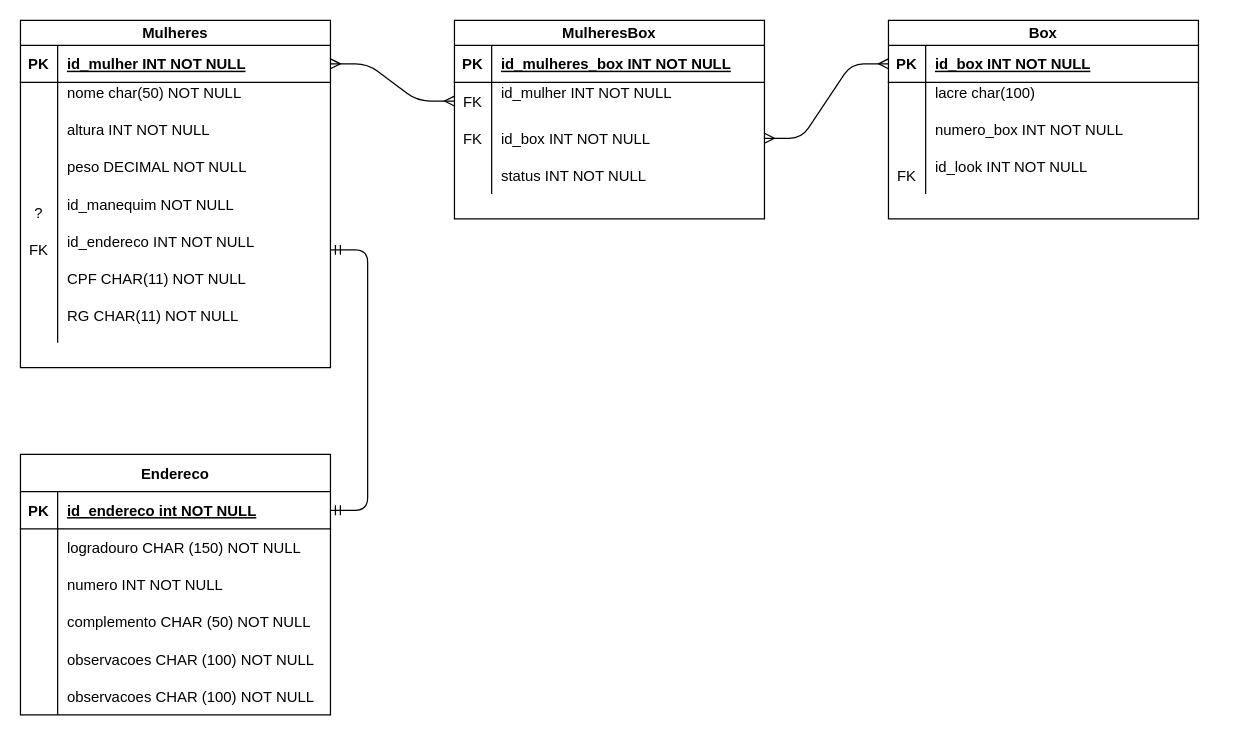
The draw.io diagram Modelo de dados.drawio in ellainemacedo/Projeto-pessoal, before the edit. Source tidied: cells renumbered, new cells numbered last; positions are measured from the earlier drawing's top-left corner, leaving out a move shared by most shapes. Both pictures are drawn from the tidied source at 124%, with x=0, y=0 at pixel (20, 20).
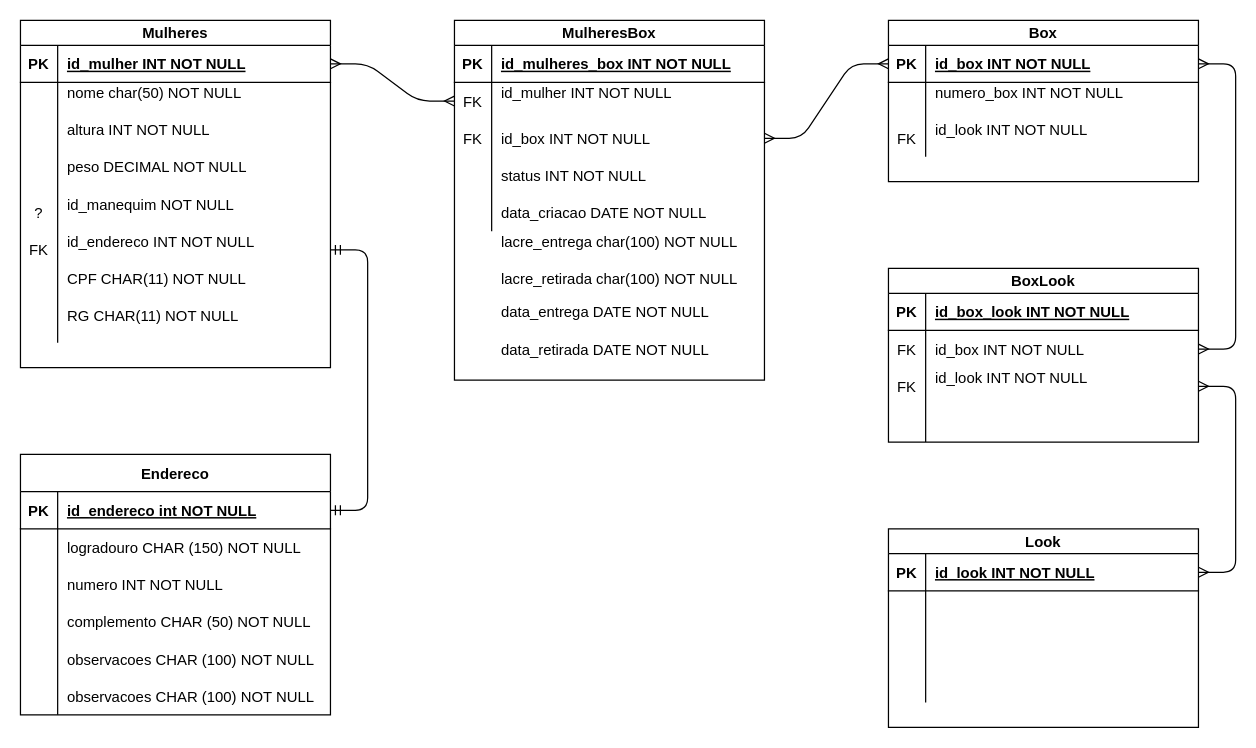
Above is the later version.

Commit message (it also covers changes not shown here):
Adicionando informações BoxLook

Unchanged cells that the change refers to:
```xml
<mxCell id="48" style="shape=partialRectangle;fillColor=none;points=[[0,0.5],[1,0.5]];portConstraint=eastwest;top=0;left=0;right=0;bottom=1;" parent="47" vertex="1">
  <mxGeometry y="20" width="250" height="30" as="geometry" />
</mxCell>
```

Diff of the diagram source:
```diff
@@
     <mxCell id="47" value="Box" style="shape=table;startSize=20;childLayout=tableLayout;rowLines=0;fontStyle=1;align=center;" parent="1" vertex="1">
-      <mxGeometry x="700" width="250" height="160" as="geometry" />
+      <mxGeometry x="700" width="250" height="130" as="geometry" />
     </mxCell>
@@
-    <mxCell id="51" style="shape=partialRectangle;fillColor=none;top=0;left=0;right=0;bottom=0;" parent="47" vertex="1">
-      <mxGeometry y="50" width="250" height="30" as="geometry" />
-    </mxCell>
-    <mxCell id="52" style="shape=partialRectangle;overflow=hidden;fillColor=none;top=0;left=0;bottom=0;right=0;" parent="51" vertex="1">
-      <mxGeometry width="30" height="30" as="geometry" />
-    </mxCell>
-    <mxCell id="53" value="lacre char(100)  &#10;" style="shape=partialRectangle;overflow=hidden;fillColor=none;top=0;left=0;bottom=0;right=0;align=left;spacingLeft=6;" parent="51" vertex="1">
-      <mxGeometry x="30" width="220" height="30" as="geometry" />
-    </mxCell>
     <mxCell id="54" style="shape=partialRectangle;fillColor=none;top=0;left=0;right=0;bottom=0;" parent="47" vertex="1">
-      <mxGeometry y="80" width="250" height="30" as="geometry" />
+      <mxGeometry y="50" width="250" height="30" as="geometry" />
     </mxCell>
@@
     <mxCell id="57" style="shape=partialRectangle;fillColor=none;top=0;left=0;right=0;bottom=0;" parent="47" vertex="1">
-      <mxGeometry y="110" width="250" height="30" as="geometry" />
+      <mxGeometry y="80" width="250" height="30" as="geometry" />
     </mxCell>
@@
     <mxCell id="61" value="MulheresBox" style="shape=table;startSize=20;childLayout=tableLayout;rowLines=0;fontStyle=1;align=center;" parent="1" vertex="1">
-      <mxGeometry x="350" width="250" height="160" as="geometry" />
+      <mxGeometry x="350" width="250" height="290" as="geometry" />
     </mxCell>
@@
+    <mxCell id="75" style="shape=partialRectangle;fillColor=none;top=0;left=0;right=0;bottom=0;" parent="61" vertex="1">
+      <mxGeometry y="140" width="250" height="30" as="geometry" />
+    </mxCell>
+    <mxCell id="76" style="shape=partialRectangle;overflow=hidden;fillColor=none;top=0;left=0;bottom=0;right=0;" parent="75" vertex="1">
+      <mxGeometry width="30" height="30" as="geometry" />
+    </mxCell>
+    <mxCell id="77" value="data_criacao DATE NOT NULL" style="shape=partialRectangle;overflow=hidden;fillColor=none;top=0;left=0;bottom=0;right=0;align=left;spacingLeft=6;" parent="75" vertex="1">
+      <mxGeometry x="30" width="220" height="30" as="geometry" />
+    </mxCell>
@@
+    <mxCell id="78" value="Look" style="shape=table;startSize=20;childLayout=tableLayout;rowLines=0;fontStyle=1;align=center;" parent="1" vertex="1">
+      <mxGeometry x="700" y="410" width="250" height="160" as="geometry" />
+    </mxCell>
+    <mxCell id="79" style="shape=partialRectangle;fillColor=none;points=[[0,0.5],[1,0.5]];portConstraint=eastwest;top=0;left=0;right=0;bottom=1;" parent="78" vertex="1">
+      <mxGeometry y="20" width="250" height="30" as="geometry" />
+    </mxCell>
+    <mxCell id="80" value="PK" style="shape=partialRectangle;overflow=hidden;fillColor=none;top=0;left=0;bottom=0;right=0;fontStyle=1;" parent="79" vertex="1">
+      <mxGeometry width="30" height="30" as="geometry" />
+    </mxCell>
+    <mxCell id="81" value="id_look INT NOT NULL" style="shape=partialRectangle;overflow=hidden;fillColor=none;top=0;left=0;bottom=0;right=0;align=left;spacingLeft=6;fontStyle=5;" parent="79" vertex="1">
+      <mxGeometry x="30" width="220" height="30" as="geometry" />
+    </mxCell>
+    <mxCell id="82" style="shape=partialRectangle;fillColor=none;top=0;left=0;right=0;bottom=0;" parent="78" vertex="1">
+      <mxGeometry y="50" width="250" height="30" as="geometry" />
+    </mxCell>
+    <mxCell id="83" style="shape=partialRectangle;overflow=hidden;fillColor=none;top=0;left=0;bottom=0;right=0;" parent="82" vertex="1">
+      <mxGeometry width="30" height="30" as="geometry" />
+    </mxCell>
+    <mxCell id="84" style="shape=partialRectangle;overflow=hidden;fillColor=none;top=0;left=0;bottom=0;right=0;align=left;spacingLeft=6;" parent="82" vertex="1">
+      <mxGeometry x="30" width="220" height="30" as="geometry" />
+    </mxCell>
+    <mxCell id="85" style="shape=partialRectangle;fillColor=none;top=0;left=0;right=0;bottom=0;" parent="78" vertex="1">
+      <mxGeometry y="80" width="250" height="30" as="geometry" />
+    </mxCell>
+    <mxCell id="86" style="shape=partialRectangle;overflow=hidden;fillColor=none;top=0;left=0;bottom=0;right=0;" parent="85" vertex="1">
+      <mxGeometry width="30" height="30" as="geometry" />
+    </mxCell>
+    <mxCell id="87" style="shape=partialRectangle;overflow=hidden;fillColor=none;top=0;left=0;bottom=0;right=0;align=left;spacingLeft=6;" parent="85" vertex="1">
+      <mxGeometry x="30" width="220" height="30" as="geometry" />
+    </mxCell>
+    <mxCell id="88" style="shape=partialRectangle;fillColor=none;top=0;left=0;right=0;bottom=0;" parent="78" vertex="1">
+      <mxGeometry y="110" width="250" height="30" as="geometry" />
+    </mxCell>
+    <mxCell id="89" style="shape=partialRectangle;overflow=hidden;fillColor=none;top=0;left=0;bottom=0;right=0;" parent="88" vertex="1">
+      <mxGeometry width="30" height="30" as="geometry" />
+    </mxCell>
+    <mxCell id="90" style="shape=partialRectangle;overflow=hidden;fillColor=none;top=0;left=0;bottom=0;right=0;align=left;spacingLeft=6;" parent="88" vertex="1">
+      <mxGeometry x="30" width="220" height="30" as="geometry" />
+    </mxCell>
+    <mxCell id="91" value="BoxLook" style="shape=table;startSize=20;childLayout=tableLayout;rowLines=0;fontStyle=1;align=center;" parent="1" vertex="1">
+      <mxGeometry x="700" y="200" width="250" height="140" as="geometry" />
+    </mxCell>
+    <mxCell id="92" style="shape=partialRectangle;fillColor=none;top=0;left=0;right=0;bottom=1;" parent="91" vertex="1">
+      <mxGeometry y="20" width="250" height="30" as="geometry" />
+    </mxCell>
+    <mxCell id="93" value="PK" style="shape=partialRectangle;overflow=hidden;fillColor=none;top=0;left=0;bottom=0;right=0;fontStyle=1;" parent="92" vertex="1">
+      <mxGeometry width="30" height="30" as="geometry" />
+    </mxCell>
+    <mxCell id="94" value="id_box_look INT NOT NULL" style="shape=partialRectangle;overflow=hidden;fillColor=none;top=0;left=0;bottom=0;right=0;align=left;spacingLeft=6;fontStyle=5;" parent="92" vertex="1">
+      <mxGeometry x="30" width="220" height="30" as="geometry" />
+    </mxCell>
+    <mxCell id="95" style="shape=partialRectangle;fillColor=none;points=[[0,0.5],[1,0.5]];portConstraint=eastwest;top=0;left=0;right=0;bottom=0;" parent="91" vertex="1">
+      <mxGeometry y="50" width="250" height="30" as="geometry" />
+    </mxCell>
+    <mxCell id="96" value="FK" style="shape=partialRectangle;overflow=hidden;fillColor=none;top=0;left=0;bottom=0;right=0;" parent="95" vertex="1">
+      <mxGeometry width="30" height="30" as="geometry" />
+    </mxCell>
+    <mxCell id="97" value="id_box INT NOT NULL" style="shape=partialRectangle;overflow=hidden;fillColor=none;top=0;left=0;bottom=0;right=0;align=left;spacingLeft=6;" parent="95" vertex="1">
+      <mxGeometry x="30" width="220" height="30" as="geometry" />
+    </mxCell>
+    <mxCell id="98" style="shape=partialRectangle;fillColor=none;points=[[0,0.5],[1,0.5]];portConstraint=eastwest;top=0;left=0;right=0;bottom=0;" parent="91" vertex="1">
+      <mxGeometry y="80" width="250" height="30" as="geometry" />
+    </mxCell>
+    <mxCell id="99" value="FK" style="shape=partialRectangle;overflow=hidden;fillColor=none;top=0;left=0;bottom=0;right=0;" parent="98" vertex="1">
+      <mxGeometry width="30" height="30" as="geometry" />
+    </mxCell>
+    <mxCell id="100" value="id_look INT NOT NULL &#10;" style="shape=partialRectangle;overflow=hidden;fillColor=none;top=0;left=0;bottom=0;right=0;align=left;spacingLeft=6;" parent="98" vertex="1">
+      <mxGeometry x="30" width="220" height="30" as="geometry" />
+    </mxCell>
+    <mxCell id="101" style="shape=partialRectangle;fillColor=none;top=0;left=0;right=0;bottom=0;" parent="91" vertex="1">
+      <mxGeometry y="110" width="250" height="30" as="geometry" />
+    </mxCell>
+    <mxCell id="102" style="shape=partialRectangle;overflow=hidden;fillColor=none;top=0;left=0;bottom=0;right=0;" parent="101" vertex="1">
+      <mxGeometry width="30" height="30" as="geometry" />
+    </mxCell>
+    <mxCell id="103" style="shape=partialRectangle;overflow=hidden;fillColor=none;top=0;left=0;bottom=0;right=0;align=left;spacingLeft=6;" parent="101" vertex="1">
+      <mxGeometry x="30" width="220" height="30" as="geometry" />
+    </mxCell>
+    <mxCell id="104" value="lacre_entrega char(100) NOT NULL &#10;" style="shape=partialRectangle;overflow=hidden;fillColor=none;top=0;left=0;bottom=0;right=0;align=left;spacingLeft=6;" parent="1" vertex="1">
+      <mxGeometry x="380" y="170" width="220" height="30" as="geometry" />
+    </mxCell>
+    <mxCell id="105" value="data_entrega DATE NOT NULL" style="shape=partialRectangle;overflow=hidden;fillColor=none;top=0;left=0;bottom=0;right=0;align=left;spacingLeft=6;" parent="1" vertex="1">
+      <mxGeometry x="380" y="220" width="220" height="30" as="geometry" />
+    </mxCell>
+    <mxCell id="106" value="data_retirada DATE NOT NULL" style="shape=partialRectangle;overflow=hidden;fillColor=none;top=0;left=0;bottom=0;right=0;align=left;spacingLeft=6;" parent="1" vertex="1">
+      <mxGeometry x="380" y="250" width="220" height="30" as="geometry" />
+    </mxCell>
+    <mxCell id="107" value="lacre_retirada char(100) NOT NULL &#10;" style="shape=partialRectangle;overflow=hidden;fillColor=none;top=0;left=0;bottom=0;right=0;align=left;spacingLeft=6;" parent="1" vertex="1">
+      <mxGeometry x="380" y="200" width="220" height="30" as="geometry" />
+    </mxCell>
+    <mxCell id="108" style="edgeStyle=entityRelationEdgeStyle;fontSize=12;html=1;endArrow=ERmany;startArrow=ERmany;entryX=1;entryY=0.5;entryDx=0;entryDy=0;exitX=1;exitY=0.5;exitDx=0;exitDy=0;" parent="1" edge="1" source="95" target="48">
+      <mxGeometry relative="1" as="geometry" />
+    </mxCell>
+    <mxCell id="109" style="edgeStyle=entityRelationEdgeStyle;fontSize=12;html=1;endArrow=ERmany;startArrow=ERmany;entryX=1;entryY=0.5;entryDx=0;entryDy=0;exitX=1;exitY=0.5;exitDx=0;exitDy=0;" parent="1" edge="1" source="79" target="98">
+      <mxGeometry relative="1" as="geometry" />
+    </mxCell>
```
